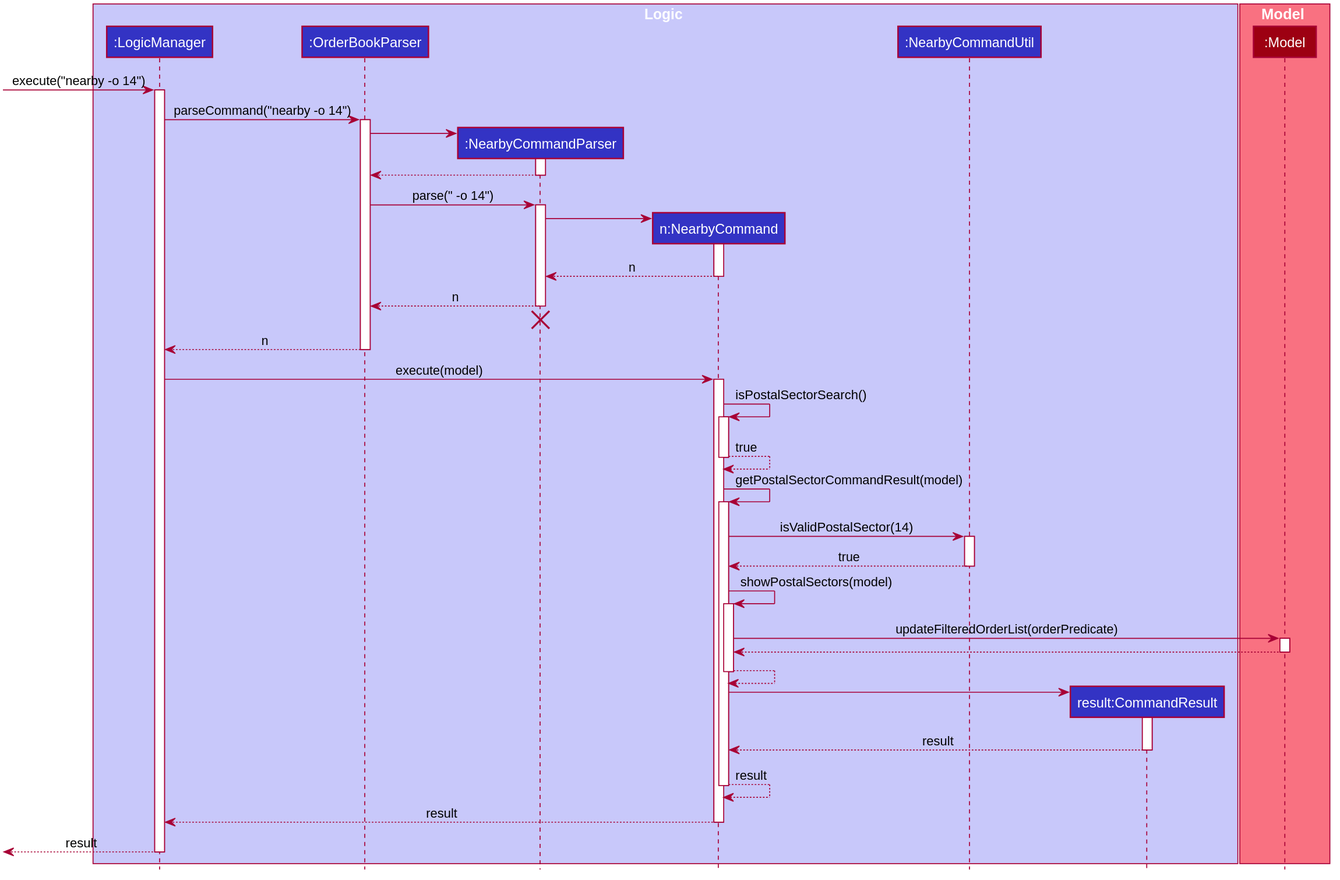
Earlier version of the PlantUML export docs/images/NearbyCommandSequenceDiagram1.svg (nus-cs2103-AY1920S2/addressbook-level3).
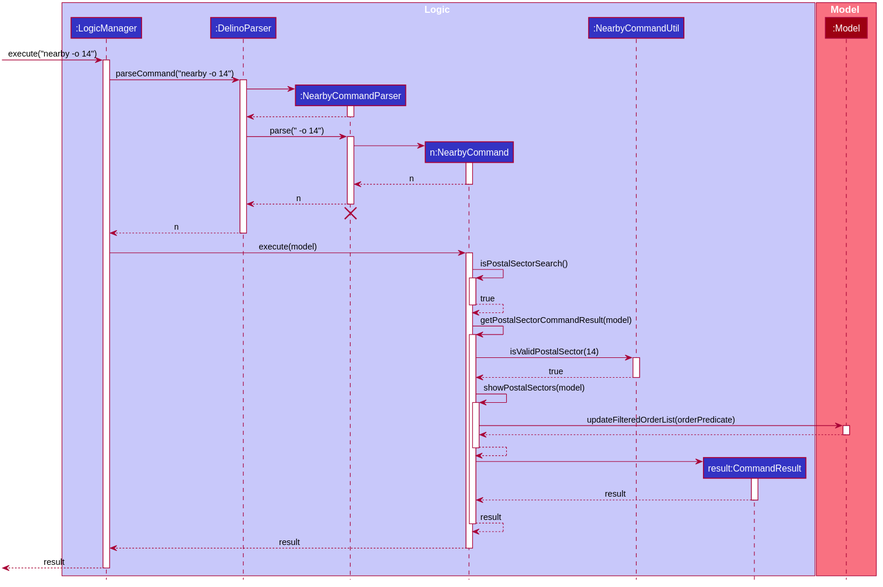
After the commit.

Commit message:
Update Nearby Sequence Diagram to DelinoParser instead of OrderBookParser

Diff of the diagram source:
```diff
@@ -42,7 +42,7 @@
 hide circle
 box Logic #C8C8FA
 participant ":LogicManager" as LogicManager #3333C4
-participant ":OrderBookParser" as OrderBookParser #3333C4
+participant ":DelinoParser" as DelinoParser #3333C4
 participant ":NearbyCommandParser" as NearbyCommandParser #3333C4
 participant "n:NearbyCommand" as NearbyCommand #3333C4
 participant ":NearbyCommandUtil" as NearbyCommandUtil #3333C4
@@ -56,17 +56,17 @@
 [-> LogicManager : execute("nearby -o 14")
 activate LogicManager
 
-LogicManager -> OrderBookParser : parseCommand("nearby -o 14")
-activate OrderBookParser
+LogicManager -> DelinoParser : parseCommand("nearby -o 14")
+activate DelinoParser
 
 create NearbyCommandParser
-OrderBookParser -> NearbyCommandParser
+DelinoParser -> NearbyCommandParser
 activate NearbyCommandParser
 
-NearbyCommandParser --> OrderBookParser
+NearbyCommandParser --> DelinoParser
 deactivate NearbyCommandParser
 
-OrderBookParser -> NearbyCommandParser : parse(" -o 14")
+DelinoParser -> NearbyCommandParser : parse(" -o 14")
 activate NearbyCommandParser
 
 create NearbyCommand
@@ -76,13 +76,13 @@
 NearbyCommand --> NearbyCommandParser : n
 deactivate NearbyCommand
 
-NearbyCommandParser --> OrderBookParser : n
+NearbyCommandParser --> DelinoParser : n
 deactivate NearbyCommandParser
-NearbyCommandParser -[hidden]-> OrderBookParser
+NearbyCommandParser -[hidden]-> DelinoParser
 destroy NearbyCommandParser
 
-OrderBookParser --> LogicManager : n
-deactivate OrderBookParser
+DelinoParser --> LogicManager : n
+deactivate DelinoParser
 
 LogicManager -> NearbyCommand : execute(model)
 activate NearbyCommand
```
